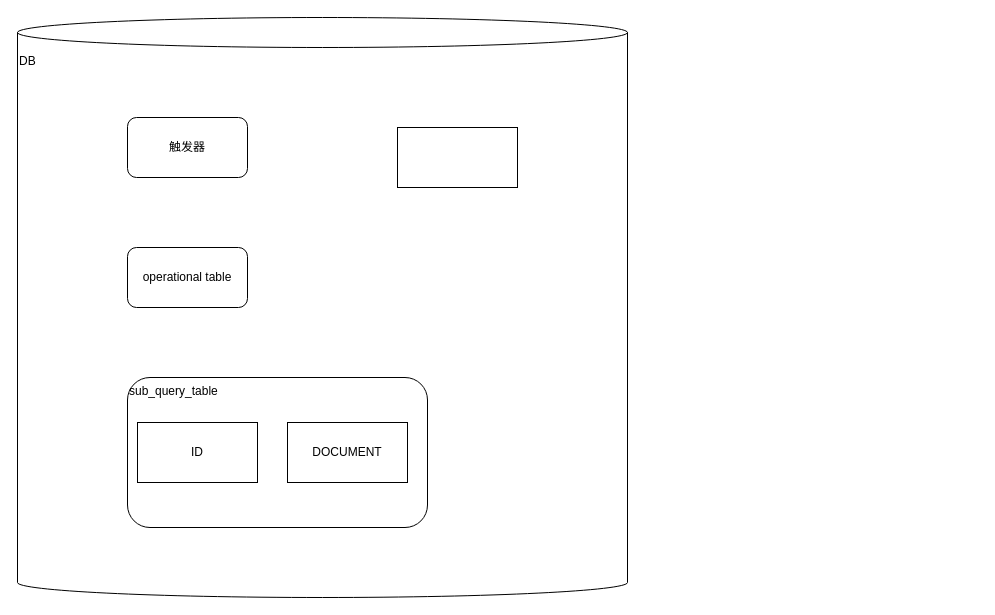
Above: xsd/未命名绘图.drawio in Zack-zheng/my-test (draw.io), before the change. Source tidied: cells renumbered, new cells numbered last; positions are measured from the earlier drawing's top-left corner, leaving out a move shared by most shapes. Both pictures are drawn from the tidied source at 100%, with x=0, y=0 at pixel (17, 17).
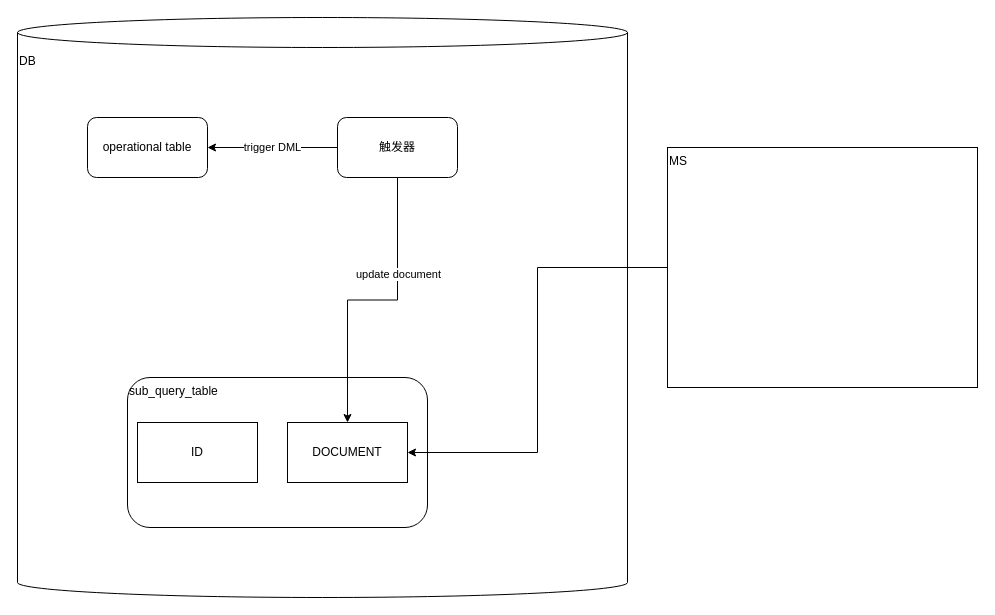
Above is the later version.

Diff of the diagram source:
```diff
@@
 <mxGraphModel>
   <root>
     <mxCell id="0" />
     <mxCell id="1" parent="0" />
     <mxCell id="2" value="DB" style="shape=cylinder3;whiteSpace=wrap;html=1;boundedLbl=1;backgroundOutline=1;size=15;align=left;verticalAlign=top;" parent="1" vertex="1">
       <mxGeometry width="610" height="580" as="geometry" />
     </mxCell>
-    <mxCell id="3" style="rounded=0;whiteSpace=wrap;html=1;" parent="1" vertex="1">
-      <mxGeometry x="380" y="110" width="120" height="60" as="geometry" />
+    <mxCell id="3" value="MS" style="rounded=0;whiteSpace=wrap;html=1;align=left;verticalAlign=top;" parent="1" vertex="1">
+      <mxGeometry x="650" y="130" width="310" height="240" as="geometry" />
     </mxCell>
+    <mxCell id="9" value="trigger DML" style="edgeStyle=orthogonalEdgeStyle;rounded=0;jettySize=auto;html=1;entryX=1;entryY=0.5;entryDx=0;entryDy=0;" parent="1" edge="1" source="4" target="5">
+      <mxGeometry relative="1" as="geometry" />
+    </mxCell>
     <mxCell id="4" value="触发器" style="rounded=1;whiteSpace=wrap;html=1;" parent="1" vertex="1">
-      <mxGeometry x="110" y="100" width="120" height="60" as="geometry" />
+      <mxGeometry x="320" y="100" width="120" height="60" as="geometry" />
     </mxCell>
     <mxCell id="5" value="operational table" style="rounded=1;whiteSpace=wrap;html=1;" parent="1" vertex="1">
-      <mxGeometry x="110" y="230" width="120" height="60" as="geometry" />
+      <mxGeometry x="70" y="100" width="120" height="60" as="geometry" />
     </mxCell>
     <mxCell id="6" value="sub_query_table" style="rounded=1;whiteSpace=wrap;html=1;align=left;verticalAlign=top;" parent="1" vertex="1">
       <mxGeometry x="110" y="360" width="300" height="150" as="geometry" />
     </mxCell>
     <mxCell id="7" value="ID" style="rounded=0;whiteSpace=wrap;html=1;" parent="1" vertex="1">
       <mxGeometry x="120" y="405" width="120" height="60" as="geometry" />
     </mxCell>
     <mxCell id="8" value="DOCUMENT" style="rounded=0;whiteSpace=wrap;html=1;" parent="1" vertex="1">
       <mxGeometry x="270" y="405" width="120" height="60" as="geometry" />
     </mxCell>
+    <mxCell id="10" style="edgeStyle=orthogonalEdgeStyle;rounded=0;jettySize=auto;html=1;" parent="1" edge="1" source="4" target="8">
+      <mxGeometry relative="1" as="geometry" />
+    </mxCell>
+    <mxCell id="11" value="update document" style="edgeLabel;html=1;align=center;verticalAlign=middle;" parent="10" vertex="1">
+      <mxGeometry x="-0.35" relative="1" as="geometry" />
+    </mxCell>
+    <mxCell id="12" style="edgeStyle=orthogonalEdgeStyle;rounded=0;jettySize=auto;html=1;entryX=1;entryY=0.5;entryDx=0;entryDy=0;" parent="1" edge="1" source="3" target="8">
+      <mxGeometry relative="1" as="geometry" />
+    </mxCell>
   </root>
 </mxGraphModel>
```
